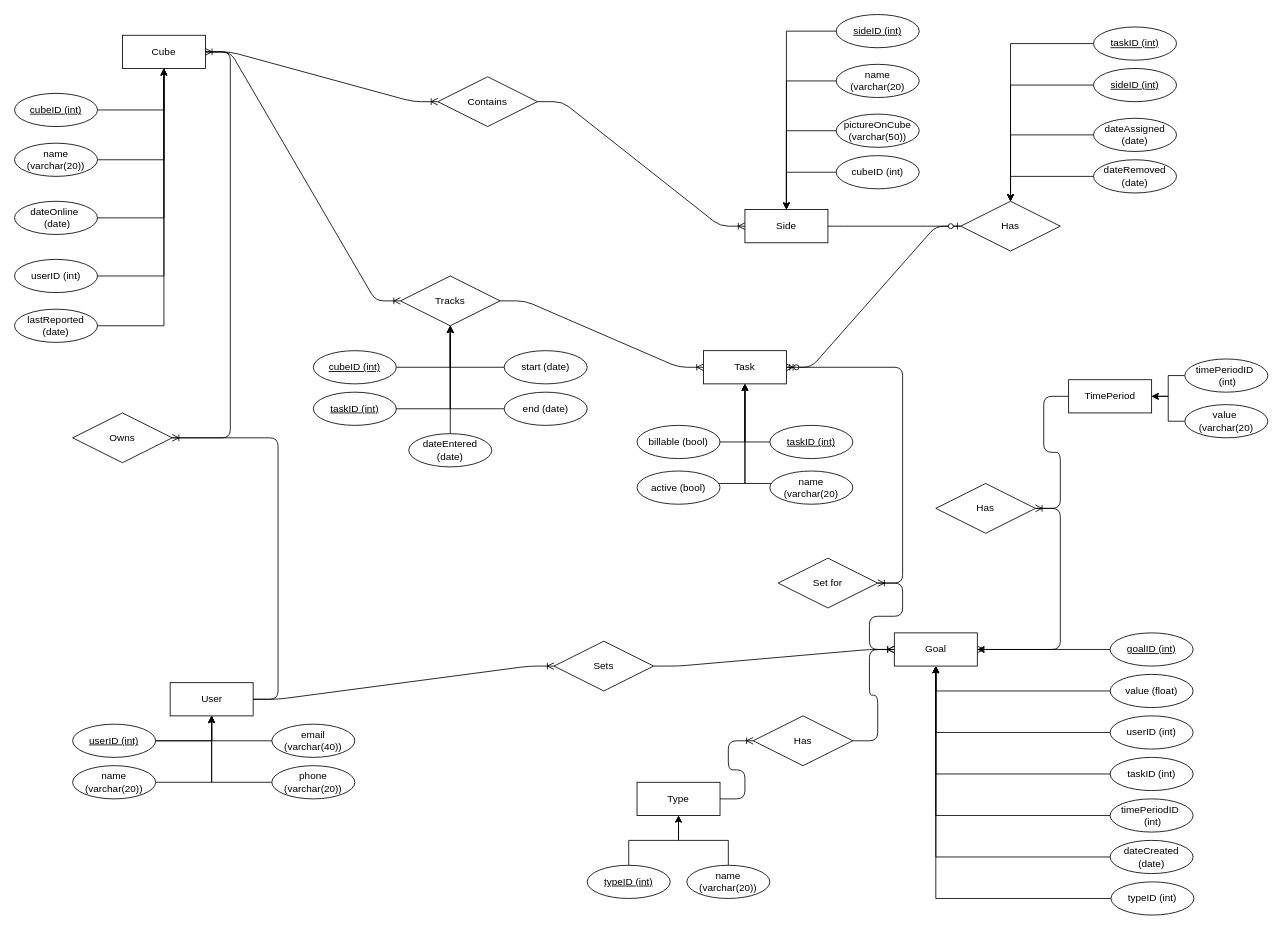
Above: DB Class.drawio in diagonalwalnut/COMP3421 (draw.io), before the change. Source tidied: cells renumbered, new cells numbered last; positions are measured from the earlier drawing's top-left corner, leaving out a move shared by most shapes. Both pictures are drawn from the tidied source at 83%, with x=0, y=0 at pixel (14, 14).
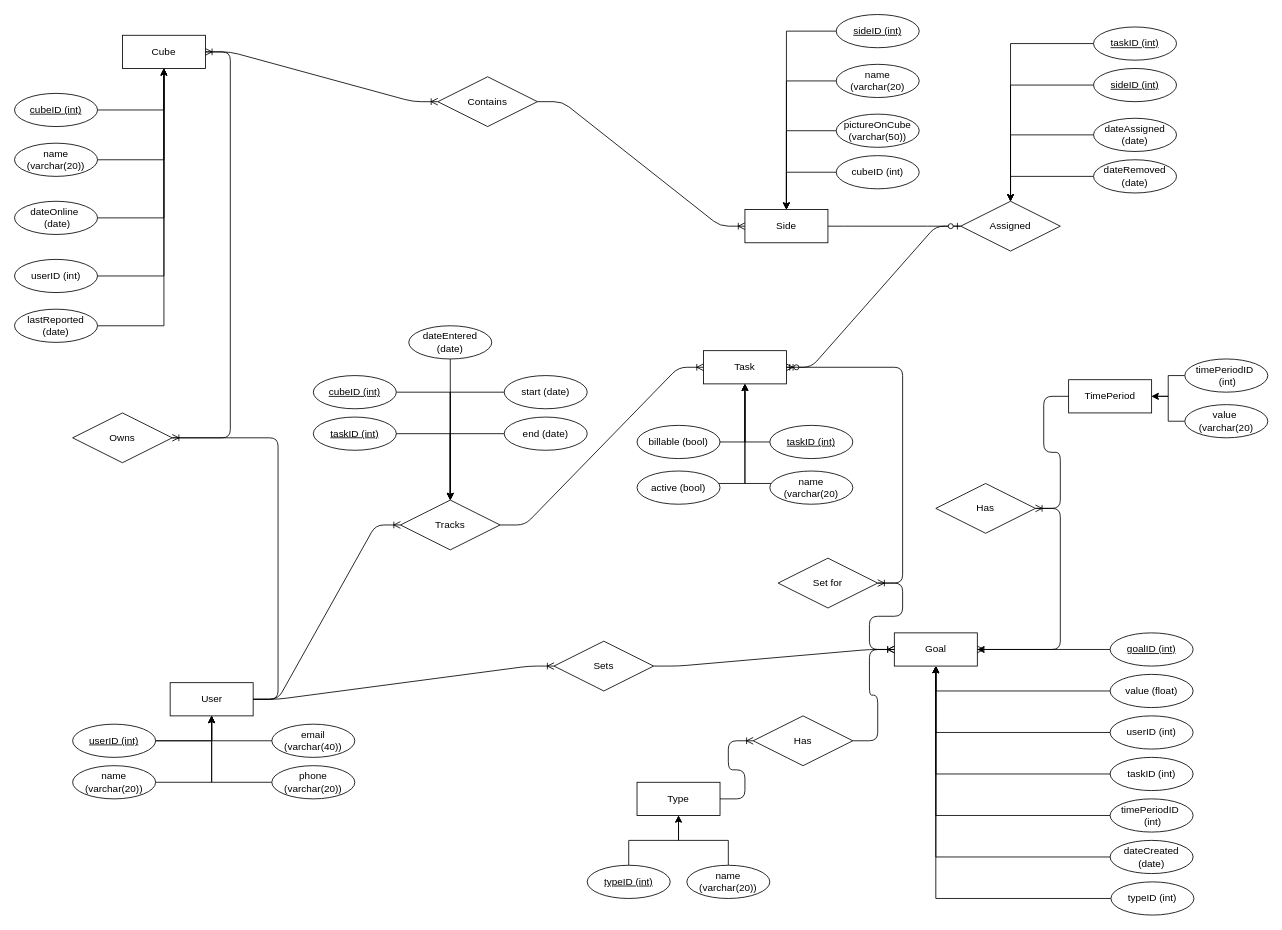
After the change.

The change refers to these unchanged cells:
```xml
<mxCell id="22" value="Cube" style="whiteSpace=wrap;html=1;align=center;" parent="1" vertex="1">
  <mxGeometry x="130" y="25" width="100" height="40" as="geometry" />
</mxCell>
<mxCell id="24" value="User" style="whiteSpace=wrap;html=1;align=center;" parent="1" vertex="1">
  <mxGeometry x="187.5" y="805" width="100" height="40" as="geometry" />
</mxCell>
```

What changed in the source:
```diff
@@
-    <mxCell id="6" value="Has" style="shape=rhombus;perimeter=rhombusPerimeter;whiteSpace=wrap;html=1;align=center;" parent="1" vertex="1">
+    <mxCell id="6" value="Assigned" style="shape=rhombus;perimeter=rhombusPerimeter;whiteSpace=wrap;html=1;align=center;" parent="1" vertex="1">
       <mxGeometry x="1140" y="225" width="120" height="60" as="geometry" />
     </mxCell>
@@
     <mxCell id="9" value="Tracks" style="shape=rhombus;perimeter=rhombusPerimeter;whiteSpace=wrap;html=1;align=center;" parent="1" vertex="1">
-      <mxGeometry x="465" y="315" width="120" height="60" as="geometry" />
+      <mxGeometry x="465" y="585" width="120" height="60" as="geometry" />
     </mxCell>
-    <mxCell id="10" style="edgeStyle=entityRelationEdgeStyle;fontSize=12;html=1;endArrow=ERoneToMany;" parent="1" edge="1" source="22" target="9">
+    <mxCell id="10" style="edgeStyle=entityRelationEdgeStyle;fontSize=12;html=1;endArrow=ERoneToMany;" parent="1" edge="1" source="24" target="9">
       <mxGeometry relative="1" as="geometry" />
     </mxCell>
@@
     <mxCell id="27" value="end (date)" style="ellipse;whiteSpace=wrap;html=1;align=center;" parent="1" vertex="1">
-      <mxGeometry x="590" y="455" width="100" height="40" as="geometry" />
+      <mxGeometry x="590" y="485" width="100" height="40" as="geometry" />
     </mxCell>
@@
     <mxCell id="29" value="dateEntered (date)" style="ellipse;whiteSpace=wrap;html=1;align=center;" parent="1" vertex="1">
-      <mxGeometry x="475" y="505" width="100" height="40" as="geometry" />
+      <mxGeometry x="475" y="375" width="100" height="40" as="geometry" />
     </mxCell>
@@
     <mxCell id="31" value="start (date)" style="ellipse;whiteSpace=wrap;html=1;align=center;" parent="1" vertex="1">
-      <mxGeometry x="590" y="405" width="100" height="40" as="geometry" />
+      <mxGeometry x="590" y="435" width="100" height="40" as="geometry" />
     </mxCell>
@@
     <mxCell id="33" value="taskID (int)" style="ellipse;whiteSpace=wrap;html=1;align=center;fontStyle=4;" parent="1" vertex="1">
-      <mxGeometry x="360" y="455" width="100" height="40" as="geometry" />
+      <mxGeometry x="360" y="485" width="100" height="40" as="geometry" />
     </mxCell>
     <mxCell id="34" value="cubeID (int)" style="ellipse;whiteSpace=wrap;html=1;align=center;fontStyle=4;" parent="1" vertex="1">
-      <mxGeometry x="360" y="405" width="100" height="40" as="geometry" />
+      <mxGeometry x="360" y="435" width="100" height="40" as="geometry" />
     </mxCell>
```
